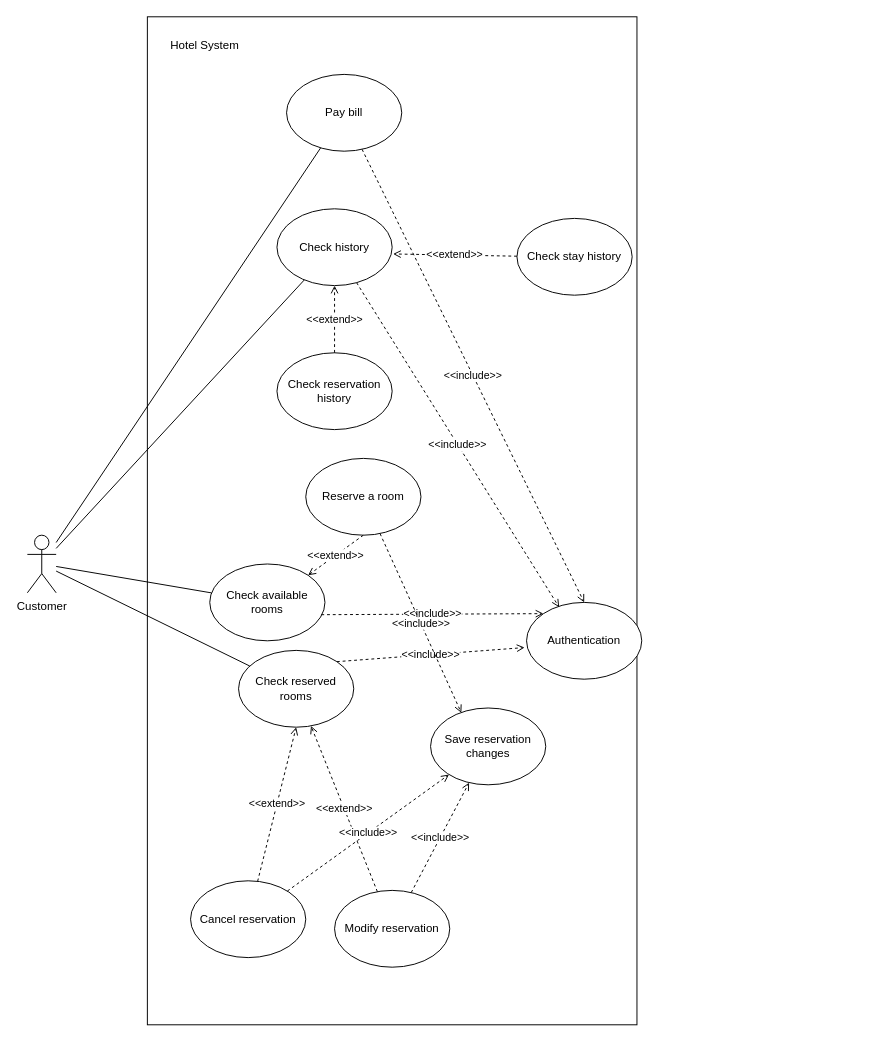
mclhtay/CS4471 keeps this draw.io diagram as Diagrams/UseCase/HotelBooker.drawio. Above is the earlier version. Source tidied: cells renumbered, new cells numbered last; positions are measured from the earlier drawing's top-left corner, leaving out a move shared by most shapes. Both pictures are drawn from the tidied source at 96%, with x=0, y=0 at pixel (27, 16).
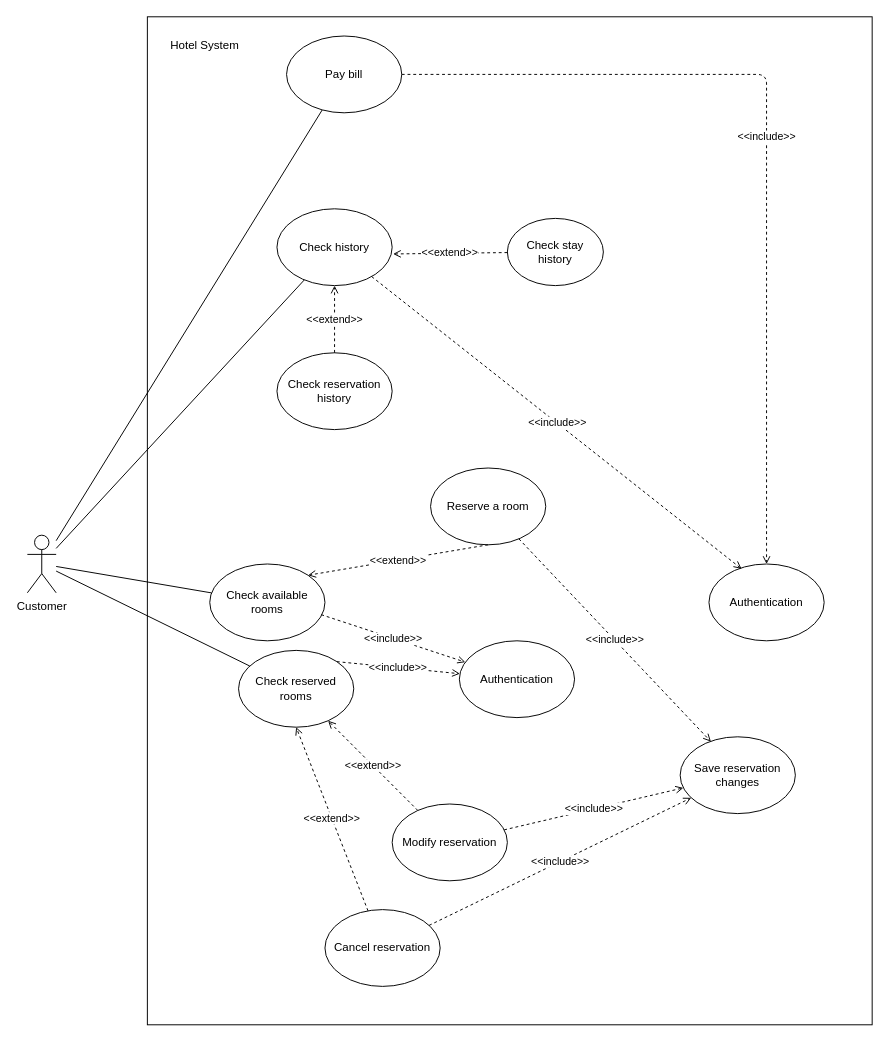
Above is the later version.

Unchanged cells that the change refers to:
```xml
<mxCell id="4" value="Check reserved rooms" style="ellipse;whiteSpace=wrap;html=1;" parent="1" vertex="1">
  <mxGeometry x="220" y="660" width="120" height="80" as="geometry" />
</mxCell>
<mxCell id="11" value="Check available rooms" style="ellipse;whiteSpace=wrap;html=1;" parent="1" vertex="1">
  <mxGeometry x="190" y="570" width="120" height="80" as="geometry" />
</mxCell>
```

What changed in the source:
```diff
@@
     <mxCell id="2" style="rounded=0;whiteSpace=wrap;html=1;" parent="1" vertex="1">
-      <mxGeometry x="125" width="510" height="1050" as="geometry" />
+      <mxGeometry x="125" width="755" height="1050" as="geometry" />
     </mxCell>
     <mxCell id="3" value="Authentication" style="ellipse;whiteSpace=wrap;html=1;" parent="1" vertex="1">
-      <mxGeometry x="520" y="610" width="120" height="80" as="geometry" />
+      <mxGeometry x="710" y="570" width="120" height="80" as="geometry" />
     </mxCell>
@@
     <mxCell id="5" value="Reserve a room" style="ellipse;whiteSpace=wrap;html=1;" parent="1" vertex="1">
-      <mxGeometry x="290" y="460" width="120" height="80" as="geometry" />
+      <mxGeometry x="420" y="470" width="120" height="80" as="geometry" />
     </mxCell>
     <mxCell id="6" value="Cancel reservation" style="ellipse;whiteSpace=wrap;html=1;" parent="1" vertex="1">
-      <mxGeometry x="170" y="900" width="120" height="80" as="geometry" />
+      <mxGeometry x="310" y="930" width="120" height="80" as="geometry" />
     </mxCell>
@@
-    <mxCell id="9" value="&amp;lt;&amp;lt;include&amp;gt;&amp;gt;" style="endArrow=open;html=1;exitX=1;exitY=0;exitDx=0;exitDy=0;dashed=1;endFill=0;entryX=-0.017;entryY=0.588;entryDx=0;entryDy=0;entryPerimeter=0;" parent="1" edge="1" source="4" target="3">
+    <mxCell id="9" value="&amp;lt;&amp;lt;include&amp;gt;&amp;gt;" style="endArrow=open;html=1;exitX=1;exitY=0;exitDx=0;exitDy=0;dashed=1;endFill=0;" parent="1" edge="1" source="4" target="32">
       <mxGeometry relative="1" as="geometry" />
     </mxCell>
@@
-    <mxCell id="12" value="&amp;lt;&amp;lt;include&amp;gt;&amp;gt;" style="endArrow=open;html=1;exitX=0.968;exitY=0.66;exitDx=0;exitDy=0;dashed=1;endFill=0;entryX=0;entryY=0;entryDx=0;entryDy=0;exitPerimeter=0;" parent="1" edge="1" source="11" target="3">
+    <mxCell id="12" value="&amp;lt;&amp;lt;include&amp;gt;&amp;gt;" style="endArrow=open;html=1;exitX=0.968;exitY=0.66;exitDx=0;exitDy=0;dashed=1;endFill=0;exitPerimeter=0;" parent="1" edge="1" source="11" target="32">
       <mxGeometry relative="1" as="geometry" />
     </mxCell>
@@
     <mxCell id="18" value="Modify reservation" style="ellipse;whiteSpace=wrap;html=1;" parent="1" vertex="1">
-      <mxGeometry x="320" y="910" width="120" height="80" as="geometry" />
+      <mxGeometry x="380" y="820" width="120" height="80" as="geometry" />
     </mxCell>
@@
     <mxCell id="20" value="Pay bill" style="ellipse;whiteSpace=wrap;html=1;" parent="1" vertex="1">
-      <mxGeometry x="270" y="60" width="120" height="80" as="geometry" />
+      <mxGeometry x="270" y="20" width="120" height="80" as="geometry" />
     </mxCell>
@@
     <mxCell id="23" value="Check stay history" style="ellipse;whiteSpace=wrap;html=1;" parent="1" vertex="1">
-      <mxGeometry x="510" y="210" width="120" height="80" as="geometry" />
+      <mxGeometry x="500" y="210" width="100" height="70" as="geometry" />
     </mxCell>
@@
-    <mxCell id="26" value="&amp;lt;&amp;lt;include&amp;gt;&amp;gt;" style="endArrow=open;html=1;dashed=1;endFill=0;entryX=0.5;entryY=0;entryDx=0;entryDy=0;" parent="1" edge="1" source="20" target="3">
+    <mxCell id="26" value="&amp;lt;&amp;lt;include&amp;gt;&amp;gt;" style="endArrow=open;html=1;dashed=1;endFill=0;entryX=0.5;entryY=0;entryDx=0;entryDy=0;edgeStyle=orthogonalEdgeStyle;" parent="1" edge="1" source="20" target="3">
       <mxGeometry relative="1" as="geometry" />
     </mxCell>
@@
     <mxCell id="28" value="Save reservation changes" style="ellipse;whiteSpace=wrap;html=1;" parent="1" vertex="1">
-      <mxGeometry x="420" y="720" width="120" height="80" as="geometry" />
+      <mxGeometry x="680" y="750" width="120" height="80" as="geometry" />
     </mxCell>
@@
+    <mxCell id="32" value="Authentication" style="ellipse;whiteSpace=wrap;html=1;" parent="1" vertex="1">
+      <mxGeometry x="450" y="650" width="120" height="80" as="geometry" />
+    </mxCell>
```
